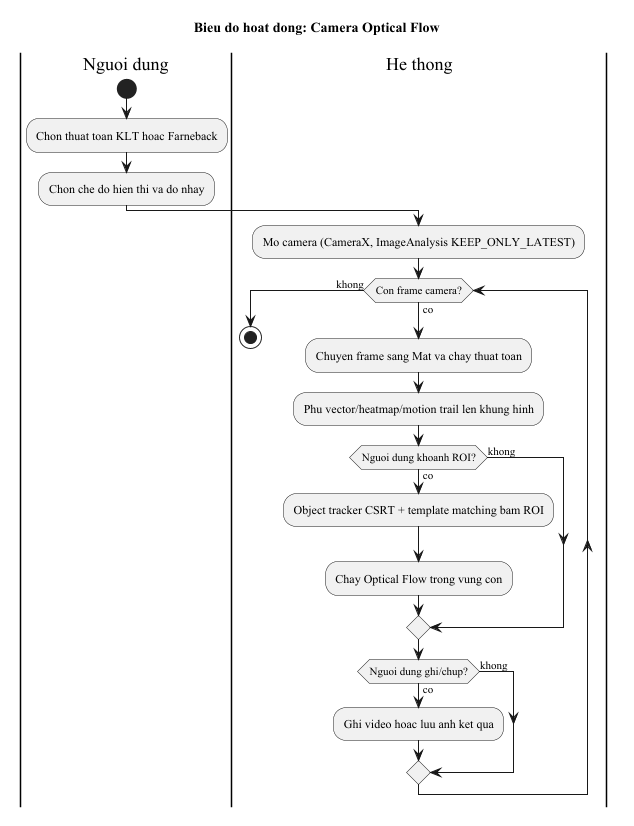
Before: figures/activity_camera_optical_flow.png, a diagram exported from PlantUML (thanhmobile080604/My-Thesis-Latex). Its diagram source:
```plantuml
@startuml activity_camera_optical_flow
skinparam defaultFontName "Times New Roman"
title Bieu do hoat dong: Camera Optical Flow

|Nguoi dung|
start
:Chon thuat toan KLT hoac Farneback;
:Chon che do hien thi va do nhay;
|He thong|
:Mo camera (CameraX, ImageAnalysis KEEP_ONLY_LATEST);
while (Con frame camera?) is (co)
  :Chuyen frame sang Mat va chay thuat toan;
  :Phu vector/heatmap/motion trail len khung hinh;
  if (Nguoi dung khoanh ROI?) then (co)
    :Object tracker CSRT + template matching bam ROI;
    :Chay Optical Flow trong vung con;
  else (khong)
  endif
  if (Nguoi dung ghi/chup?) then (co)
    :Ghi video hoac luu anh ket qua;
  else (khong)
  endif
endwhile (khong)
stop
@enduml
```
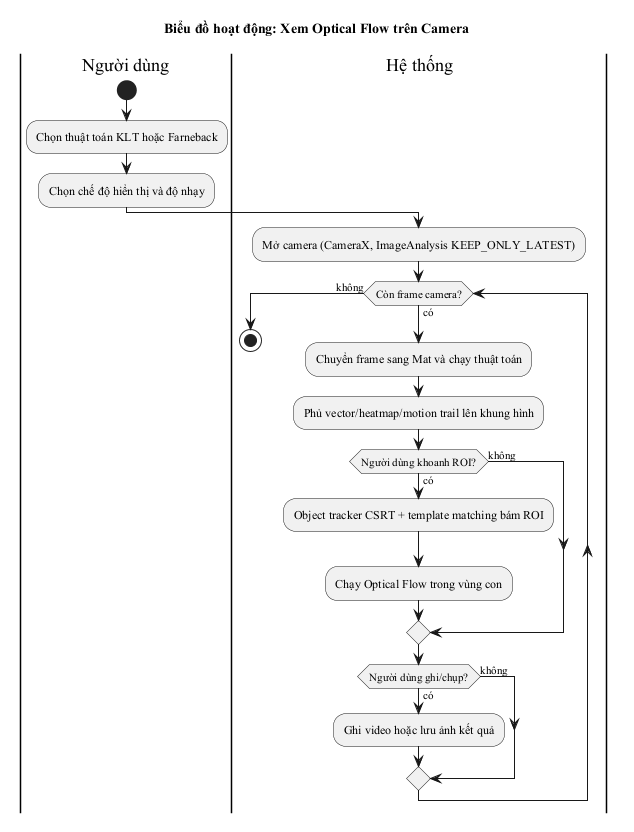
The same file after the commit.

What changed in the source:
```diff
@@ -1,25 +1,25 @@
 @startuml activity_camera_optical_flow
 skinparam defaultFontName "Times New Roman"
-title Bieu do hoat dong: Camera Optical Flow
+title Biểu đồ hoạt động: Xem Optical Flow trên Camera
 
-|Nguoi dung|
+|Người dùng|
 start
-:Chon thuat toan KLT hoac Farneback;
-:Chon che do hien thi va do nhay;
-|He thong|
-:Mo camera (CameraX, ImageAnalysis KEEP_ONLY_LATEST);
-while (Con frame camera?) is (co)
-  :Chuyen frame sang Mat va chay thuat toan;
-  :Phu vector/heatmap/motion trail len khung hinh;
-  if (Nguoi dung khoanh ROI?) then (co)
-    :Object tracker CSRT + template matching bam ROI;
-    :Chay Optical Flow trong vung con;
-  else (khong)
+:Chọn thuật toán KLT hoặc Farneback;
+:Chọn chế độ hiển thị và độ nhạy;
+|Hệ thống|
+:Mở camera (CameraX, ImageAnalysis KEEP_ONLY_LATEST);
+while (Còn frame camera?) is (có)
+  :Chuyển frame sang Mat và chạy thuật toán;
+  :Phủ vector/heatmap/motion trail lên khung hình;
+  if (Người dùng khoanh ROI?) then (có)
+    :Object tracker CSRT + template matching bám ROI;
+    :Chạy Optical Flow trong vùng con;
+  else (không)
   endif
-  if (Nguoi dung ghi/chup?) then (co)
-    :Ghi video hoac luu anh ket qua;
-  else (khong)
+  if (Người dùng ghi/chụp?) then (có)
+    :Ghi video hoặc lưu ảnh kết quả;
+  else (không)
   endif
-endwhile (khong)
+endwhile (không)
 stop
 @enduml
```
